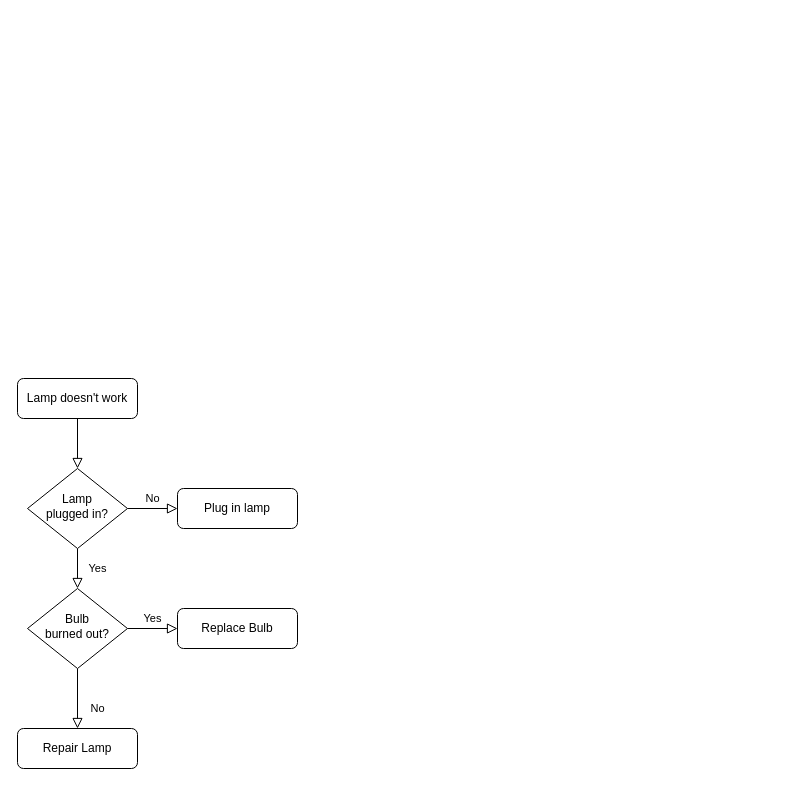
The draw.io diagram page "Page-1" (1 of 2) of 未命名绘图.drawio in Amber0130/Other, before the edit. Source tidied: cells renumbered, new cells numbered last; positions are measured from the earlier drawing's top-left corner, leaving out a move shared by most shapes. Both pictures are drawn from the tidied source at 100%, with x=0, y=0 at pixel (17, 378).
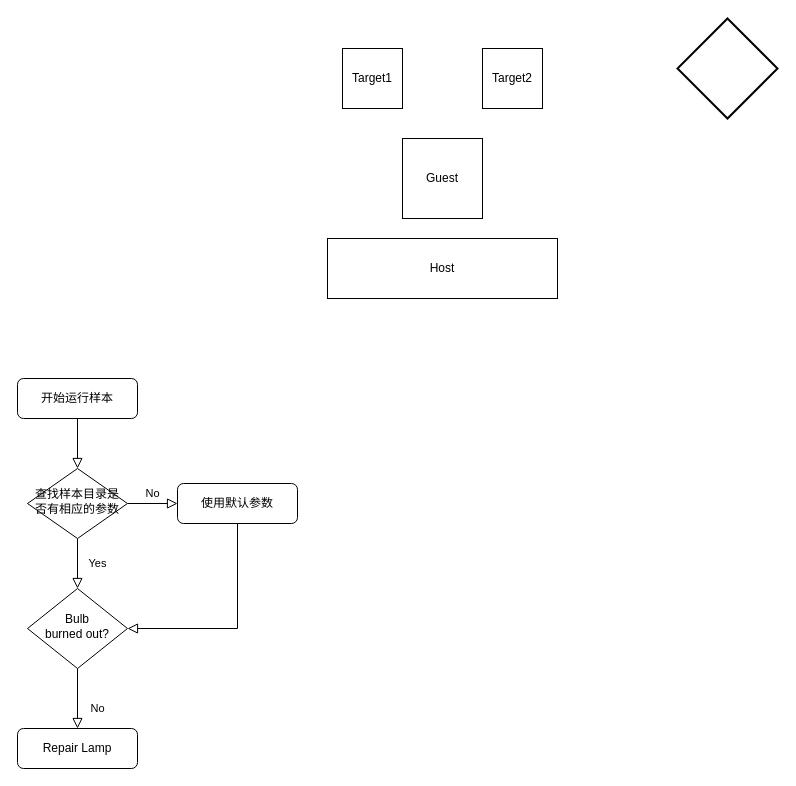
The same page after the edit.

Commit message (it also covers changes not shown here):
更新未命名绘图.drawio

Change to the diagram source:
```diff
@@
 <mxGraphModel>
   <root>
     <mxCell id="0" />
     <mxCell id="1" parent="0" />
     <mxCell id="2" style="rounded=0;html=1;jettySize=auto;fontSize=11;endArrow=block;endFill=0;endSize=8;strokeWidth=1;shadow=0;labelBackgroundColor=none;edgeStyle=orthogonalEdgeStyle;" parent="1" edge="1" source="3" target="6">
       <mxGeometry relative="1" as="geometry" />
     </mxCell>
-    <mxCell id="3" value="Lamp doesn't work" style="rounded=1;whiteSpace=wrap;html=1;fontSize=12;glass=0;strokeWidth=1;shadow=0;" parent="1" vertex="1">
+    <mxCell id="3" value="开始运行样本" style="rounded=1;whiteSpace=wrap;html=1;fontSize=12;glass=0;strokeWidth=1;shadow=0;" parent="1" vertex="1">
       <mxGeometry width="120" height="40" as="geometry" />
     </mxCell>
     <mxCell id="4" value="Yes" style="rounded=0;html=1;jettySize=auto;fontSize=11;endArrow=block;endFill=0;endSize=8;strokeWidth=1;shadow=0;labelBackgroundColor=none;edgeStyle=orthogonalEdgeStyle;" parent="1" edge="1" source="6" target="10">
       <mxGeometry y="20" relative="1" as="geometry" />
     </mxCell>
     <mxCell id="5" value="No" style="edgeStyle=orthogonalEdgeStyle;rounded=0;html=1;jettySize=auto;fontSize=11;endArrow=block;endFill=0;endSize=8;strokeWidth=1;shadow=0;labelBackgroundColor=none;" parent="1" edge="1" source="6" target="7">
       <mxGeometry y="10" relative="1" as="geometry" />
     </mxCell>
-    <mxCell id="6" value="Lamp&lt;br&gt;plugged in?" style="rhombus;whiteSpace=wrap;html=1;shadow=0;fontFamily=Helvetica;fontSize=12;align=center;strokeWidth=1;spacing=6;spacingTop=-4;" parent="1" vertex="1">
-      <mxGeometry x="10" y="90" width="100" height="80" as="geometry" />
+    <mxCell id="6" value="查找样本目录是否有相应的参数" style="rhombus;whiteSpace=wrap;html=1;shadow=0;fontFamily=Helvetica;fontSize=12;align=center;strokeWidth=1;spacing=6;spacingTop=-4;" parent="1" vertex="1">
+      <mxGeometry x="10" y="90" width="100" height="70" as="geometry" />
     </mxCell>
-    <mxCell id="7" value="Plug in lamp" style="rounded=1;whiteSpace=wrap;html=1;fontSize=12;glass=0;strokeWidth=1;shadow=0;" parent="1" vertex="1">
-      <mxGeometry x="160" y="110" width="120" height="40" as="geometry" />
+    <mxCell id="7" value="使用默认参数" style="rounded=1;whiteSpace=wrap;html=1;fontSize=12;glass=0;strokeWidth=1;shadow=0;" parent="1" vertex="1">
+      <mxGeometry x="160" y="105" width="120" height="40" as="geometry" />
     </mxCell>
     <mxCell id="8" value="No" style="rounded=0;html=1;jettySize=auto;fontSize=11;endArrow=block;endFill=0;endSize=8;strokeWidth=1;shadow=0;labelBackgroundColor=none;edgeStyle=orthogonalEdgeStyle;" parent="1" edge="1" source="10" target="11">
       <mxGeometry x="0.33" y="20" relative="1" as="geometry" />
     </mxCell>
-    <mxCell id="9" value="Yes" style="edgeStyle=orthogonalEdgeStyle;rounded=0;html=1;jettySize=auto;fontSize=11;endArrow=block;endFill=0;endSize=8;strokeWidth=1;shadow=0;labelBackgroundColor=none;" parent="1" edge="1" source="10" target="12">
-      <mxGeometry y="10" relative="1" as="geometry" />
-    </mxCell>
     <mxCell id="10" value="Bulb&lt;br&gt;burned out?" style="rhombus;whiteSpace=wrap;html=1;shadow=0;fontFamily=Helvetica;fontSize=12;align=center;strokeWidth=1;spacing=6;spacingTop=-4;" parent="1" vertex="1">
       <mxGeometry x="10" y="210" width="100" height="80" as="geometry" />
     </mxCell>
     <mxCell id="11" value="Repair Lamp" style="rounded=1;whiteSpace=wrap;html=1;fontSize=12;glass=0;strokeWidth=1;shadow=0;" parent="1" vertex="1">
       <mxGeometry y="350" width="120" height="40" as="geometry" />
     </mxCell>
-    <mxCell id="12" value="Replace Bulb" style="rounded=1;whiteSpace=wrap;html=1;fontSize=12;glass=0;strokeWidth=1;shadow=0;" parent="1" vertex="1">
-      <mxGeometry x="160" y="230" width="120" height="40" as="geometry" />
-    </mxCell>
+    <mxCell id="13" value="Guest" style="whiteSpace=wrap;html=1;" parent="1" vertex="1">
+      <mxGeometry x="385" y="-240" width="80" height="80" as="geometry" />
+    </mxCell>
+    <mxCell id="14" value="Target2" style="whiteSpace=wrap;html=1;" parent="1" vertex="1">
+      <mxGeometry x="465" y="-330" width="60" height="60" as="geometry" />
+    </mxCell>
+    <mxCell id="15" value="Target1" style="whiteSpace=wrap;html=1;" parent="1" vertex="1">
+      <mxGeometry x="325" y="-330" width="60" height="60" as="geometry" />
+    </mxCell>
+    <mxCell id="16" value="Host" style="rounded=0;whiteSpace=wrap;html=1;" parent="1" vertex="1">
+      <mxGeometry x="310" y="-140" width="230" height="60" as="geometry" />
+    </mxCell>
+    <mxCell id="17" style="strokeWidth=2;html=1;shape=mxgraph.flowchart.decision;whiteSpace=wrap;" parent="1" vertex="1">
+      <mxGeometry x="660" y="-360" width="100" height="100" as="geometry" />
+    </mxCell>
+    <mxCell id="18" style="rounded=0;html=1;jettySize=auto;fontSize=11;endArrow=block;endFill=0;endSize=8;strokeWidth=1;shadow=0;labelBackgroundColor=none;edgeStyle=orthogonalEdgeStyle;exitX=0.5;exitY=1;exitDx=0;exitDy=0;entryX=1;entryY=0.5;entryDx=0;entryDy=0;" parent="1" edge="1" source="7" target="10">
+      <mxGeometry relative="1" as="geometry">
+        <Array as="points">
+          <mxPoint x="220" y="250" />
+        </Array>
+      </mxGeometry>
+    </mxCell>
   </root>
 </mxGraphModel>
```
